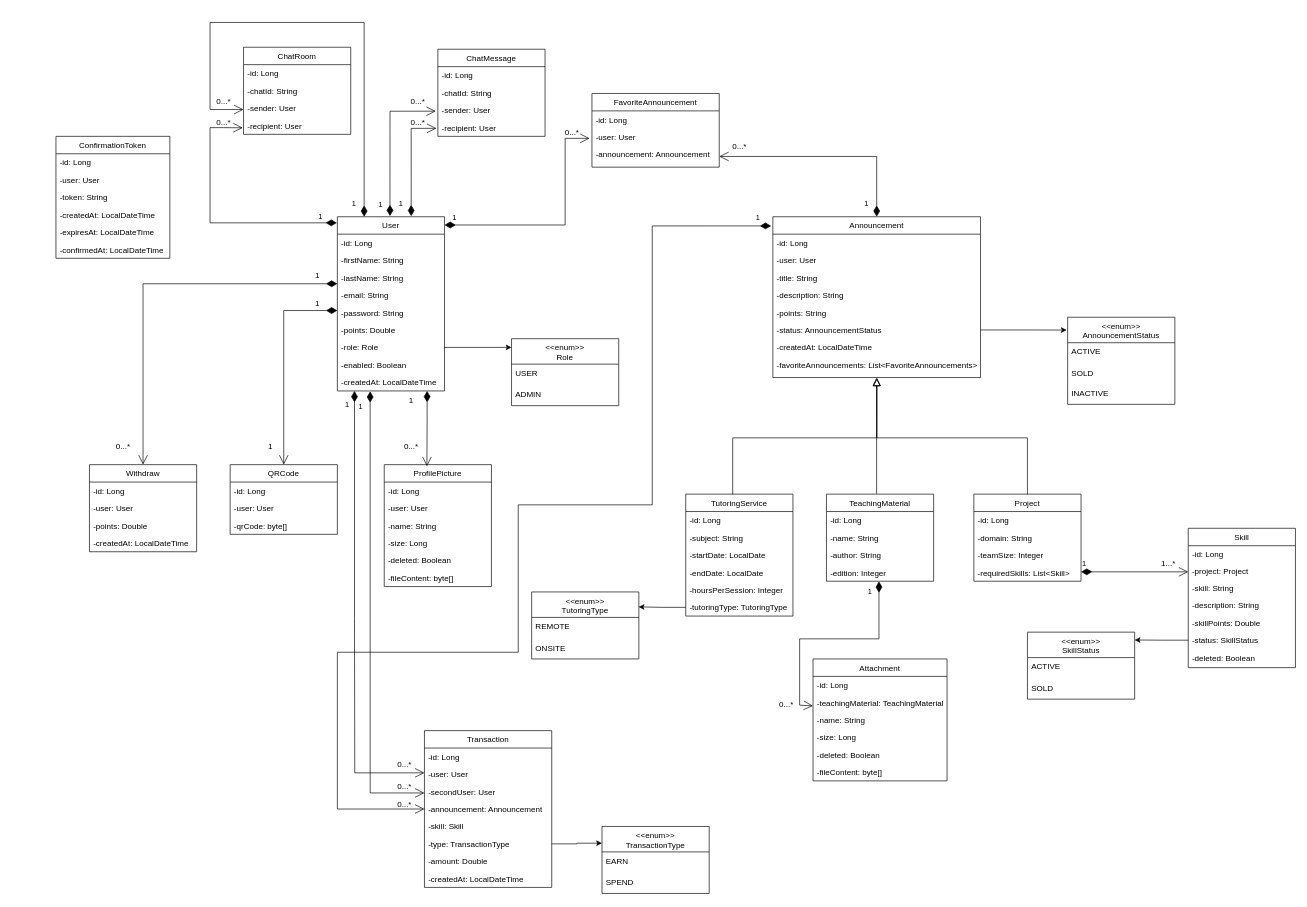
Above: Diagramă fără titlu.drawio in anisia1204/BidPlatformForStudents (draw.io), before the change. Source tidied: cells renumbered, new cells numbered last; positions are measured from the earlier drawing's top-left corner, leaving out a move shared by most shapes. Both pictures are drawn from the tidied source at 67%, with x=0, y=0 at pixel (56, 22).
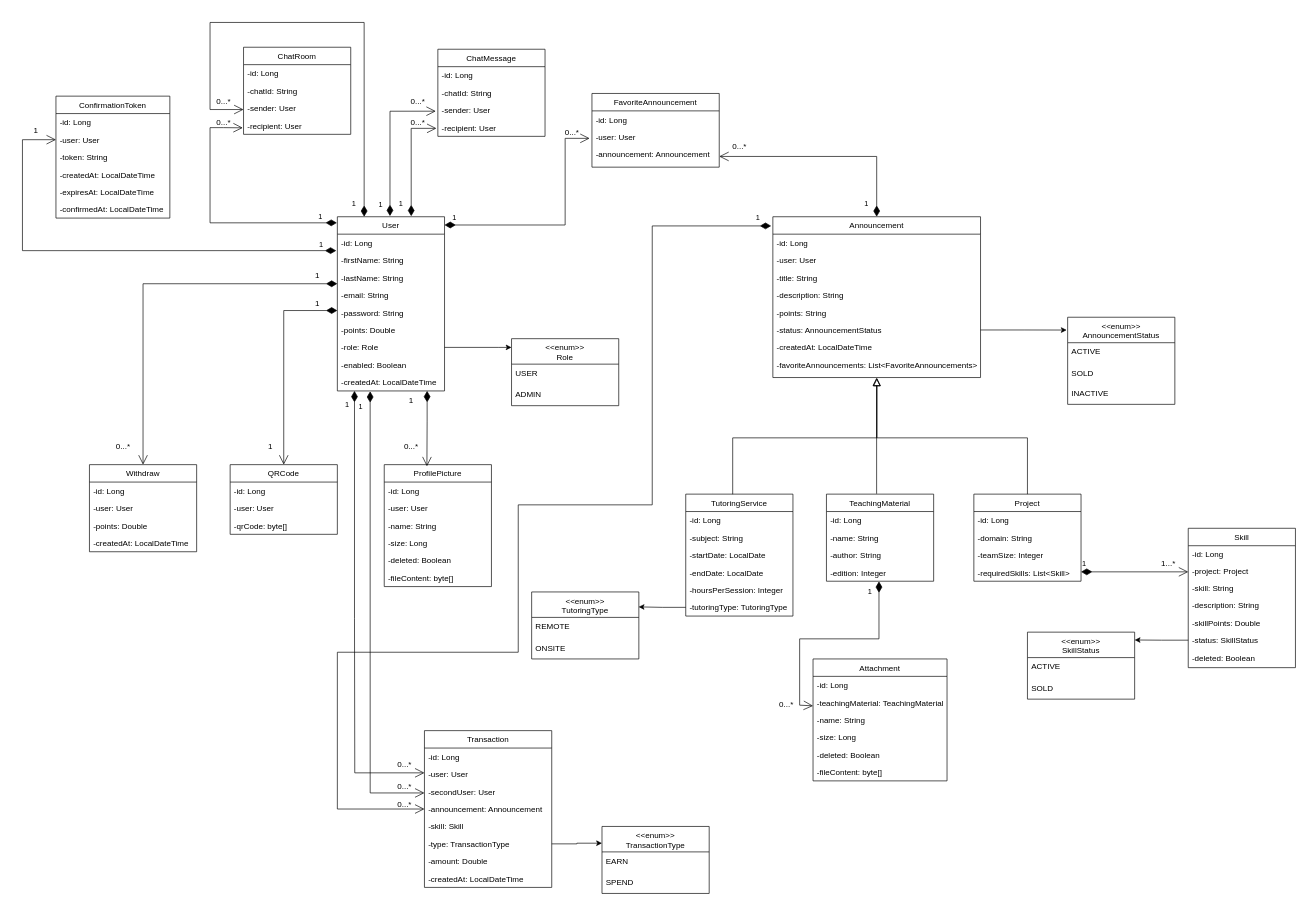
After the change.

Commit message:
small change to class diagram

The change refers to these unchanged cells:
```xml
<mxCell id="26" value="-id: Long" style="text;align=left;verticalAlign=top;spacingLeft=4;spacingRight=4;overflow=hidden;points=[[0,0.5],[1,0.5]];portConstraint=eastwest;" parent="25" vertex="1">
  <mxGeometry y="26" width="160" height="26" as="geometry" />
</mxCell>
<mxCell id="72" value="-user: User" style="text;align=left;verticalAlign=top;spacingLeft=4;spacingRight=4;overflow=hidden;points=[[0,0.5],[1,0.5]];portConstraint=eastwest;" parent="70" vertex="1">
  <mxGeometry y="52" width="170" height="26" as="geometry" />
</mxCell>
```

Change to the diagram source:
```diff
@@
     <mxCell id="70" value="ConfirmationToken" style="swimlane;fontStyle=0;align=center;verticalAlign=top;horizontal=1;startSize=26;rounded=0;shadow=0;strokeWidth=1;" parent="1" vertex="1">
-      <mxGeometry y="170" width="170" height="182" as="geometry" />
+      <mxGeometry y="110" width="170" height="182" as="geometry" />
     </mxCell>
@@
+    <mxCell id="154" value="1" style="endArrow=open;html=1;endSize=12;startArrow=diamondThin;startSize=14;startFill=1;edgeStyle=orthogonalEdgeStyle;align=left;verticalAlign=bottom;rounded=0;entryX=0;entryY=0.5;entryDx=0;entryDy=0;exitX=-0.01;exitY=0.945;exitDx=0;exitDy=0;exitPerimeter=0;" parent="1" edge="1" source="26" target="72">
+      <mxGeometry x="-0.92" y="-1" relative="1" as="geometry">
+        <Array as="points">
+          <mxPoint x="-50" y="341" />
+          <mxPoint x="-50" y="175" />
+        </Array>
+      </mxGeometry>
+    </mxCell>
+    <mxCell id="155" value="1" style="text;align=center;fontStyle=0;verticalAlign=middle;spacingLeft=3;spacingRight=3;strokeColor=none;html=1;" parent="1" vertex="1">
+      <mxGeometry x="-40" y="153" width="20" height="16" as="geometry" />
+    </mxCell>
```
